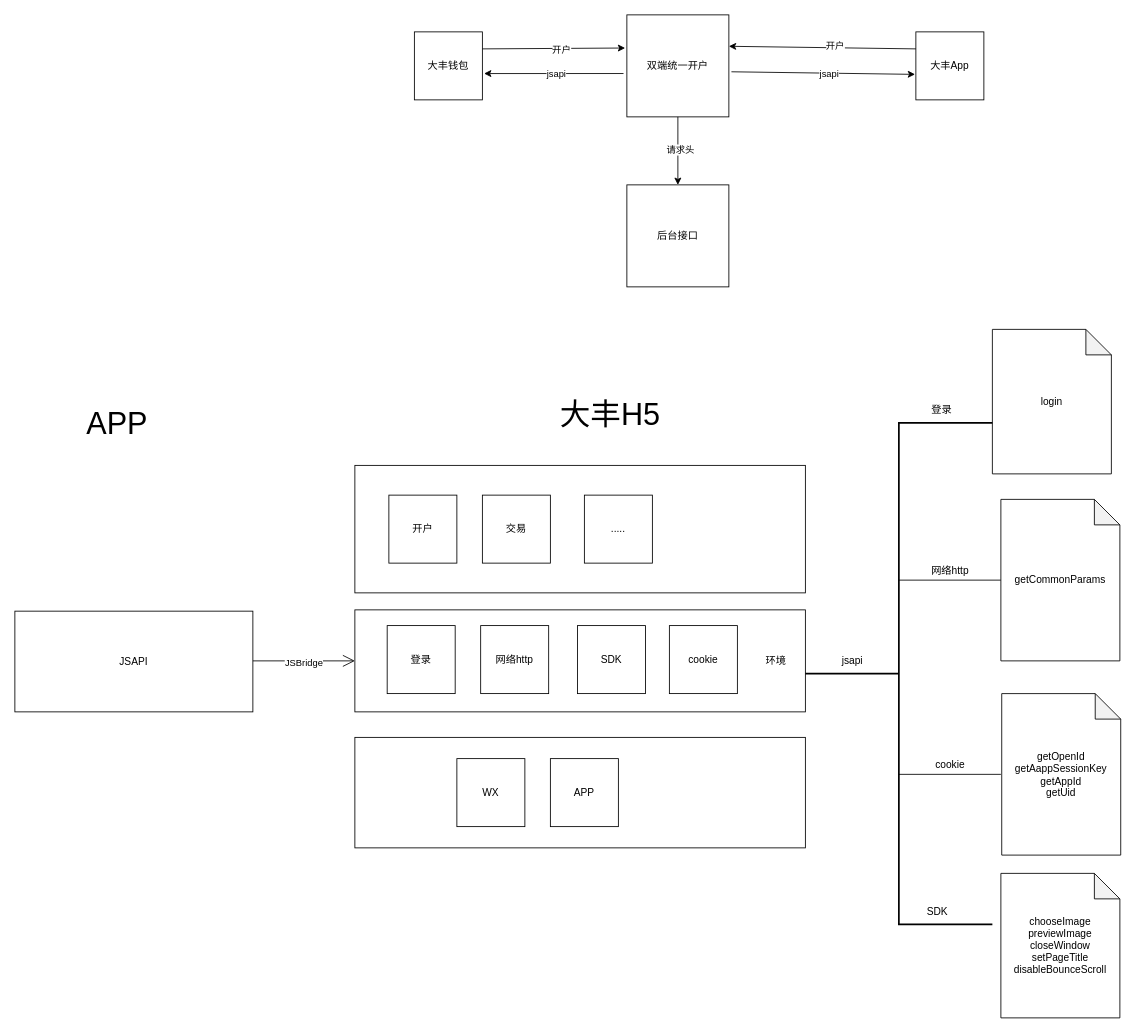
The draw.io diagram page "第 1 页" (1 of 3) of 未命名绘图.drawio in ios2014/ios--, before the edit. Source tidied: cells renumbered, new cells numbered last; positions are measured from the earlier drawing's top-left corner, leaving out a move shared by most shapes. Both pictures are drawn from the tidied source at 85%, with x=0, y=0 at pixel (14, 14).
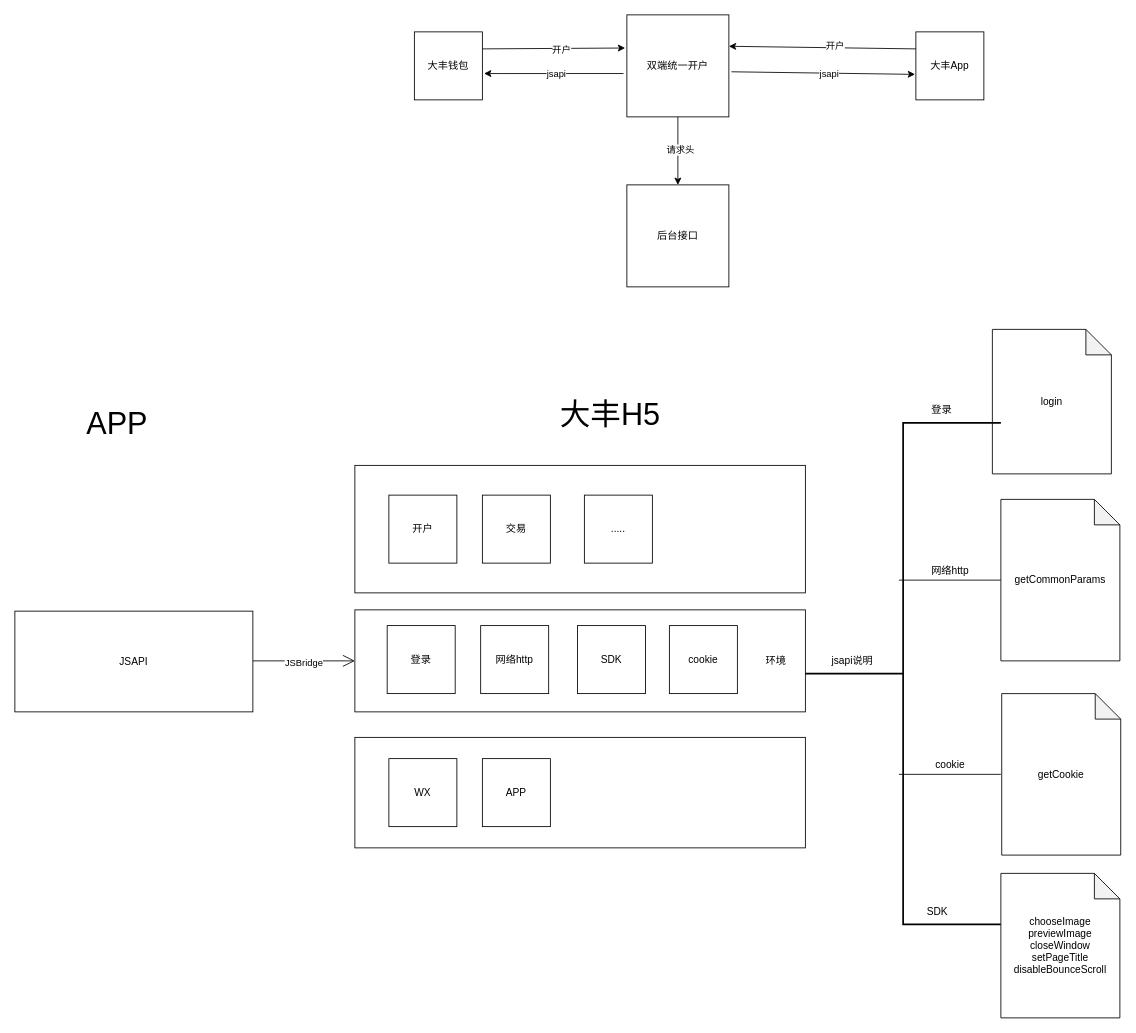
After the change.

What changed in the source:
```diff
@@
     <mxCell id="19" value="WX" style="whiteSpace=wrap;html=1;" parent="1" vertex="1">
-      <mxGeometry x="520" y="875" width="80" height="80" as="geometry" />
+      <mxGeometry x="440" y="875" width="80" height="80" as="geometry" />
     </mxCell>
     <mxCell id="20" value="APP" style="whiteSpace=wrap;html=1;" parent="1" vertex="1">
-      <mxGeometry x="630" y="875" width="80" height="80" as="geometry" />
+      <mxGeometry x="550" y="875" width="80" height="80" as="geometry" />
     </mxCell>
@@
     <mxCell id="29" style="strokeWidth=2;html=1;shape=mxgraph.flowchart.annotation_2;align=left;labelPosition=right;" parent="1" vertex="1">
-      <mxGeometry x="930" y="480" width="220" height="590" as="geometry" />
+      <mxGeometry x="930" y="480" width="230" height="590" as="geometry" />
     </mxCell>
@@
-    <mxCell id="33" value="jsapi" style="text;html=1;align=center;verticalAlign=middle;strokeColor=none;fillColor=none;" parent="1" vertex="1">
-      <mxGeometry x="960" y="745" width="50" height="30" as="geometry" />
+    <mxCell id="33" value="jsapi说明" style="text;html=1;align=center;verticalAlign=middle;strokeColor=none;fillColor=none;" parent="1" vertex="1">
+      <mxGeometry x="950" y="745" width="70" height="30" as="geometry" />
     </mxCell>
@@
-    <mxCell id="44" value="getOpenId&lt;br&gt;getAappSessionKey&lt;br&gt;getAppId&lt;br&gt;getUid" style="shape=note;whiteSpace=wrap;html=1;backgroundOutline=1;darkOpacity=0.05;" parent="1" vertex="1">
+    <mxCell id="44" value="getCookie" style="shape=note;whiteSpace=wrap;html=1;backgroundOutline=1;darkOpacity=0.05;" parent="1" vertex="1">
       <mxGeometry x="1161" y="798.5" width="140" height="190" as="geometry" />
     </mxCell>
```
